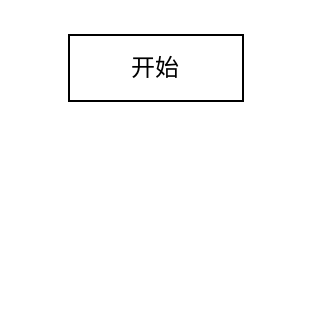
This is test.drawio from BluettDream/draw.io, a draw.io file, before an edit. Source tidied: cells renumbered, new cells numbered last; positions are measured from the earlier drawing's top-left corner, leaving out a move shared by most shapes. Both pictures are drawn from the tidied source at 200%, with x=0, y=0 at pixel (68, 34).
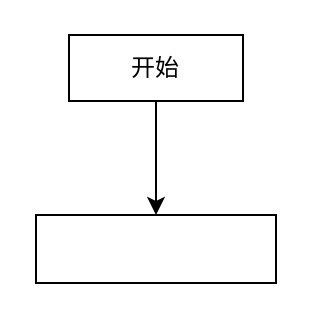
After the change.

The edit, as a diff of the source:
```diff
@@
 <mxGraphModel>
   <root>
     <mxCell id="0" />
     <mxCell id="1" parent="0" />
     <mxCell id="2" value="开始" style="rounded=0;whiteSpace=wrap;html=1;" parent="1" vertex="1">
       <mxGeometry width="87" height="33" as="geometry" />
     </mxCell>
+    <mxCell id="3" style="edgeStyle=orthogonalEdgeStyle;rounded=0;jettySize=auto;html=1;exitX=0.5;exitY=1;exitDx=0;exitDy=0;" parent="1" edge="1" source="2" target="4">
+      <mxGeometry relative="1" as="geometry" />
+    </mxCell>
+    <mxCell id="4" style="rounded=0;whiteSpace=wrap;html=1;" parent="1" vertex="1">
+      <mxGeometry x="-16.5" y="90" width="120" height="34" as="geometry" />
+    </mxCell>
   </root>
 </mxGraphModel>
```
